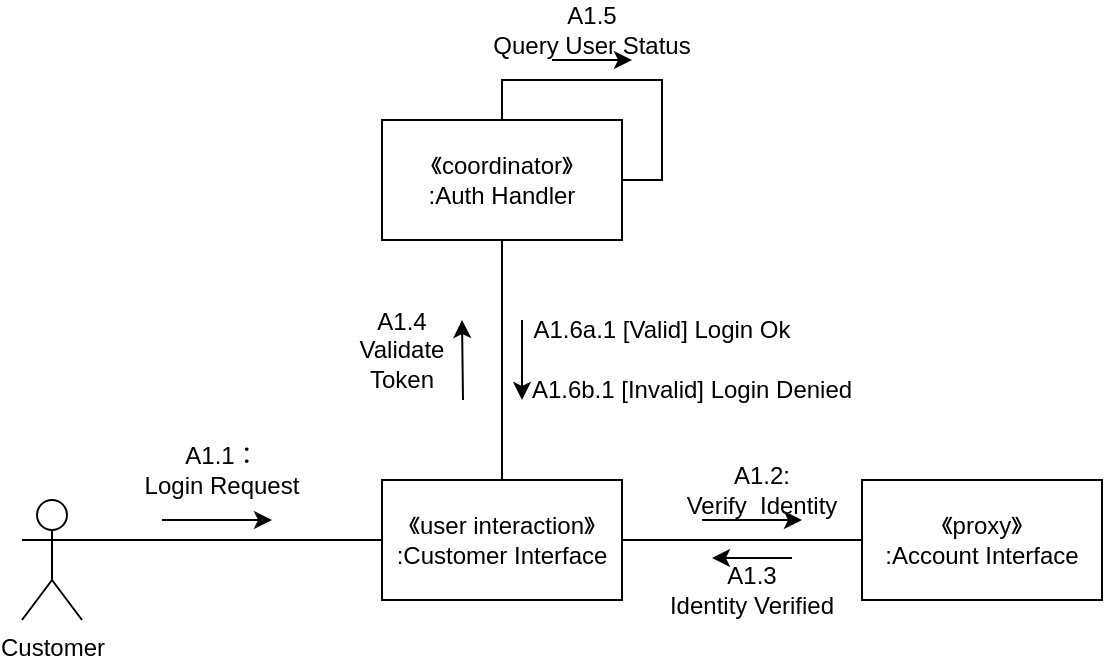
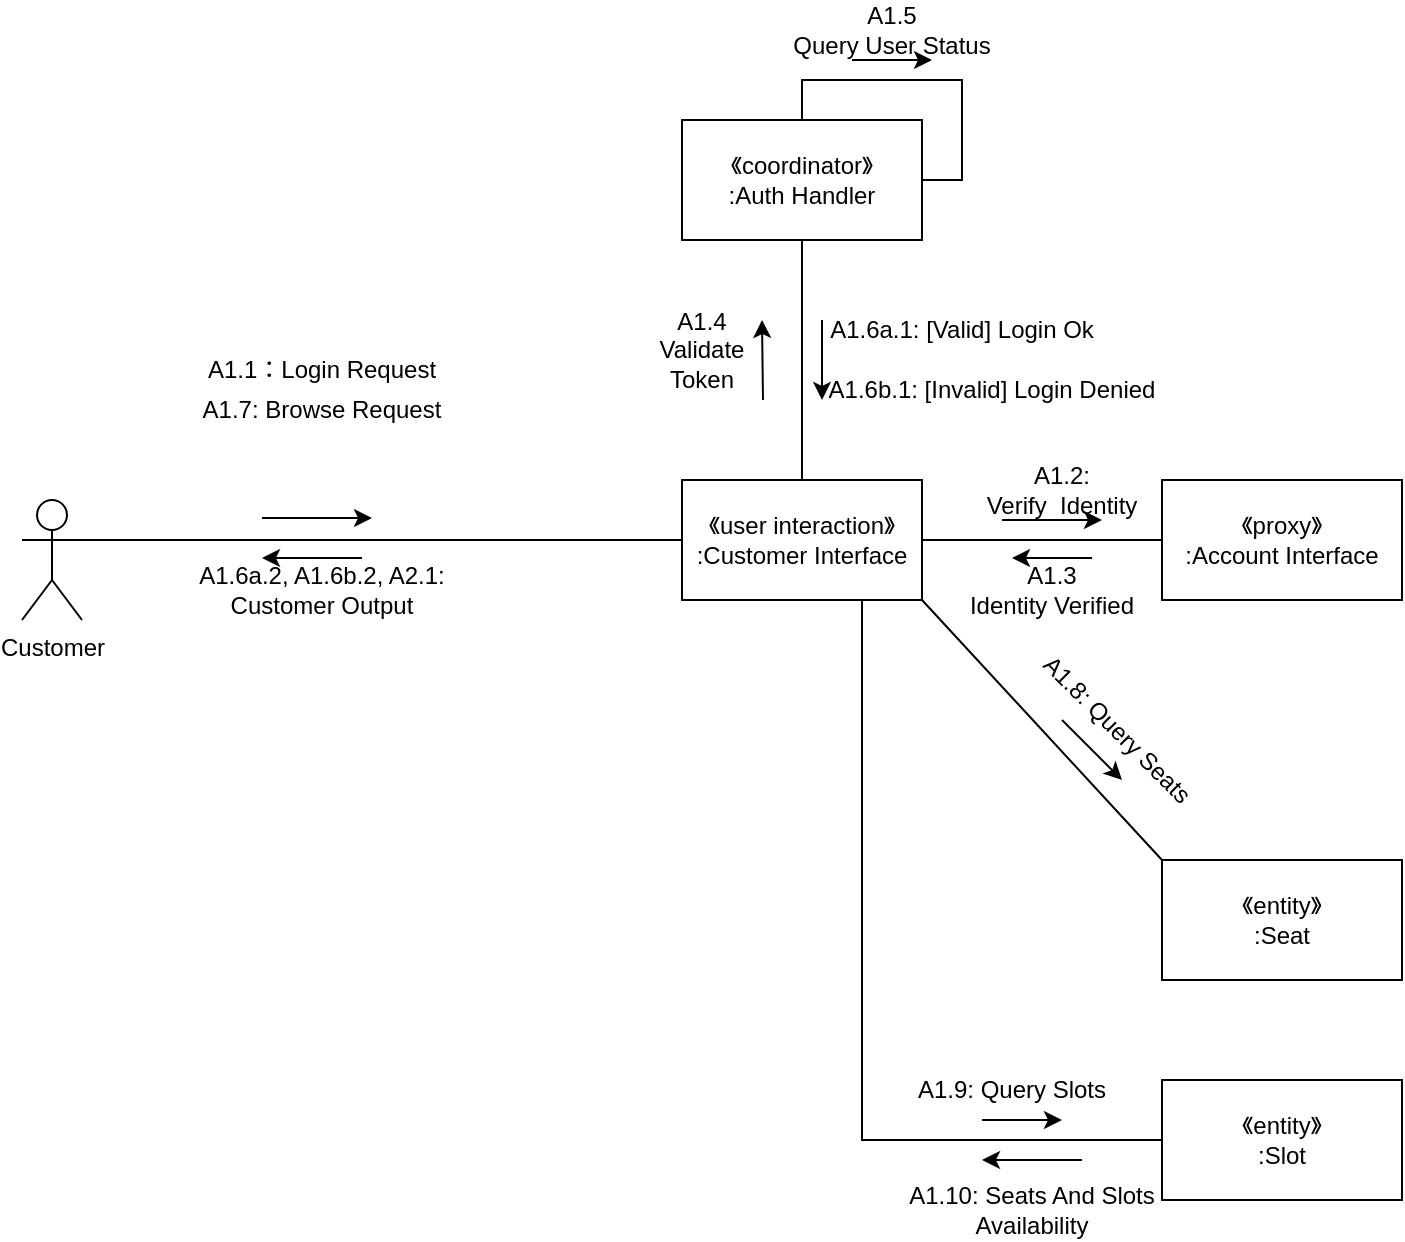
<mxfile host="app.diagrams.net">
  <diagram name="第 1 页" id="0fvnyInT-eeeKDGmK1tf">
-     <mxGraphModel dx="1201" dy="1848" grid="1" gridSize="10" guides="1" tooltips="1" connect="1" arrows="1" fold="1" page="1" pageScale="1" pageWidth="827" pageHeight="1169" math="0" shadow="0">
+     <mxGraphModel dx="2028" dy="1848" grid="1" gridSize="10" guides="1" tooltips="1" connect="1" arrows="1" fold="1" page="1" pageScale="1" pageWidth="827" pageHeight="1169" math="0" shadow="0">
      <root>
        <mxCell id="0" />
        <mxCell id="1" parent="0" />
        <mxCell id="HSB3jEuwdB-3hXmmfwrA-3" edge="1" parent="1" source="HSB3jEuwdB-3hXmmfwrA-1" style="rounded=0;orthogonalLoop=1;jettySize=auto;html=1;exitX=1;exitY=0.3333333333333333;exitDx=0;exitDy=0;exitPerimeter=0;entryX=0;entryY=0.5;entryDx=0;entryDy=0;endArrow=none;endFill=0;" target="HSB3jEuwdB-3hXmmfwrA-2">
          <mxGeometry relative="1" as="geometry" />
        </mxCell>
        <mxCell id="HSB3jEuwdB-3hXmmfwrA-1" parent="1" style="shape=umlActor;verticalLabelPosition=bottom;verticalAlign=top;html=1;outlineConnect=0;" value="Customer" vertex="1">
-           <mxGeometry height="60" width="30" x="140" y="70" as="geometry" />
+           <mxGeometry height="60" width="30" x="-10" y="70" as="geometry" />
        </mxCell>
        <mxCell id="HSB3jEuwdB-3hXmmfwrA-7" edge="1" parent="1" source="HSB3jEuwdB-3hXmmfwrA-2" style="rounded=0;orthogonalLoop=1;jettySize=auto;html=1;exitX=1;exitY=0.5;exitDx=0;exitDy=0;entryX=0;entryY=0.5;entryDx=0;entryDy=0;endArrow=none;endFill=0;" target="HSB3jEuwdB-3hXmmfwrA-6">
          <mxGeometry relative="1" as="geometry" />
        </mxCell>
        <mxCell id="-UTidUUiqGya03k49UKU-4" edge="1" parent="1" source="HSB3jEuwdB-3hXmmfwrA-2" style="rounded=0;orthogonalLoop=1;jettySize=auto;html=1;exitX=0.5;exitY=0;exitDx=0;exitDy=0;entryX=0.5;entryY=1;entryDx=0;entryDy=0;endArrow=none;endFill=0;" target="HSB3jEuwdB-3hXmmfwrA-14">
          <mxGeometry relative="1" as="geometry" />
        </mxCell>
+         <mxCell id="-UTidUUiqGya03k49UKU-11" edge="1" parent="1" source="HSB3jEuwdB-3hXmmfwrA-2" style="rounded=0;orthogonalLoop=1;jettySize=auto;html=1;exitX=1;exitY=1;exitDx=0;exitDy=0;entryX=0;entryY=0;entryDx=0;entryDy=0;endArrow=none;endFill=0;" target="-UTidUUiqGya03k49UKU-10">
+           <mxGeometry relative="1" as="geometry" />
+         </mxCell>
+         <mxCell id="-UTidUUiqGya03k49UKU-16" edge="1" parent="1" source="HSB3jEuwdB-3hXmmfwrA-2" style="rounded=0;orthogonalLoop=1;jettySize=auto;html=1;exitX=0.75;exitY=1;exitDx=0;exitDy=0;entryX=0;entryY=0.5;entryDx=0;entryDy=0;endArrow=none;endFill=0;edgeStyle=orthogonalEdgeStyle;" target="-UTidUUiqGya03k49UKU-15">
+           <mxGeometry relative="1" as="geometry" />
+         </mxCell>
        <mxCell id="HSB3jEuwdB-3hXmmfwrA-2" parent="1" style="rounded=0;whiteSpace=wrap;html=1;" value="&lt;div&gt;《user interaction》&lt;/div&gt;&lt;div&gt;:Customer Interface&lt;/div&gt;" vertex="1">
          <mxGeometry height="60" width="120" x="320" y="60" as="geometry" />
        </mxCell>
-         <mxCell id="HSB3jEuwdB-3hXmmfwrA-4" parent="1" style="text;html=1;whiteSpace=wrap;strokeColor=none;fillColor=none;align=center;verticalAlign=middle;rounded=0;" value="&lt;div&gt;A1.1：&lt;/div&gt;&lt;div&gt;Login Request&lt;/div&gt;" vertex="1">
-           <mxGeometry height="30" width="80" x="200" y="40" as="geometry" />
+         <mxCell id="HSB3jEuwdB-3hXmmfwrA-4" parent="1" style="text;html=1;whiteSpace=wrap;strokeColor=none;fillColor=none;align=center;verticalAlign=middle;rounded=0;" value="&lt;div&gt;A1.1：Login Request&lt;/div&gt;" vertex="1">
+           <mxGeometry height="30" width="130" x="75" y="-10" as="geometry" />
        </mxCell>
        <mxCell id="HSB3jEuwdB-3hXmmfwrA-5" edge="1" parent="1" style="endArrow=classic;html=1;rounded=0;" value="">
          <mxGeometry height="50" relative="1" width="50" as="geometry">
-             <mxPoint x="210" y="80" as="sourcePoint" />
-             <mxPoint x="265" y="80" as="targetPoint" />
+             <mxPoint x="110" y="79" as="sourcePoint" />
+             <mxPoint x="165" y="79" as="targetPoint" />
          </mxGeometry>
        </mxCell>
        <mxCell id="HSB3jEuwdB-3hXmmfwrA-6" parent="1" style="rounded=0;whiteSpace=wrap;html=1;" value="&lt;div&gt;《proxy》&lt;/div&gt;&lt;div&gt;:Account Interface&lt;/div&gt;" vertex="1">
          <mxGeometry height="60" width="120" x="560" y="60" as="geometry" />
        </mxCell>
        <mxCell id="HSB3jEuwdB-3hXmmfwrA-8" edge="1" parent="1" style="endArrow=classic;html=1;rounded=0;" value="">
          <mxGeometry height="50" relative="1" width="50" as="geometry">
            <mxPoint x="480" y="80" as="sourcePoint" />
            <mxPoint x="530" y="80" as="targetPoint" />
          </mxGeometry>
        </mxCell>
        <mxCell id="HSB3jEuwdB-3hXmmfwrA-10" parent="1" style="text;html=1;whiteSpace=wrap;strokeColor=none;fillColor=none;align=center;verticalAlign=middle;rounded=0;" value="&lt;div&gt;A1.2:&lt;/div&gt;&lt;div&gt;Verify&amp;nbsp; Identity&lt;/div&gt;" vertex="1">
          <mxGeometry height="30" width="120" x="450" y="50" as="geometry" />
        </mxCell>
        <mxCell id="HSB3jEuwdB-3hXmmfwrA-11" parent="1" style="text;html=1;whiteSpace=wrap;strokeColor=none;fillColor=none;align=center;verticalAlign=middle;rounded=0;" value="&lt;div&gt;A1.3&lt;/div&gt;&lt;div&gt;Identity Verified&lt;/div&gt;" vertex="1">
          <mxGeometry height="30" width="110" x="450" y="100" as="geometry" />
        </mxCell>
        <mxCell id="HSB3jEuwdB-3hXmmfwrA-13" edge="1" parent="1" style="endArrow=classic;html=1;rounded=0;" value="">
          <mxGeometry height="50" relative="1" width="50" as="geometry">
            <mxPoint x="525" y="99" as="sourcePoint" />
            <mxPoint x="485" y="99" as="targetPoint" />
          </mxGeometry>
        </mxCell>
        <mxCell id="HSB3jEuwdB-3hXmmfwrA-14" parent="1" style="rounded=0;whiteSpace=wrap;html=1;" value="&lt;div&gt;《coordinator》&lt;/div&gt;&lt;div&gt;:Auth Handler&lt;/div&gt;" vertex="1">
          <mxGeometry height="60" width="120" x="320" y="-120" as="geometry" />
        </mxCell>
        <mxCell id="HSB3jEuwdB-3hXmmfwrA-16" parent="1" style="text;html=1;whiteSpace=wrap;strokeColor=none;fillColor=none;align=center;verticalAlign=middle;rounded=0;" value="&lt;div&gt;A1.4&lt;/div&gt;&lt;div&gt;Validate Token&lt;/div&gt;" vertex="1">
          <mxGeometry height="30" width="60" x="300" y="-20" as="geometry" />
        </mxCell>
        <mxCell id="HSB3jEuwdB-3hXmmfwrA-17" edge="1" parent="1" style="endArrow=classic;html=1;rounded=0;" value="">
          <mxGeometry height="50" relative="1" width="50" as="geometry">
            <mxPoint x="360.5" y="20" as="sourcePoint" />
            <mxPoint x="360" y="-20" as="targetPoint" />
          </mxGeometry>
        </mxCell>
        <mxCell id="HSB3jEuwdB-3hXmmfwrA-18" edge="1" parent="1" source="HSB3jEuwdB-3hXmmfwrA-14" style="rounded=0;orthogonalLoop=1;jettySize=auto;html=1;exitX=0.5;exitY=0;exitDx=0;exitDy=0;entryX=1;entryY=0.5;entryDx=0;entryDy=0;edgeStyle=orthogonalEdgeStyle;endArrow=none;endFill=0;" target="HSB3jEuwdB-3hXmmfwrA-14">
          <mxGeometry relative="1" as="geometry" />
        </mxCell>
        <mxCell id="HSB3jEuwdB-3hXmmfwrA-19" parent="1" style="text;html=1;whiteSpace=wrap;strokeColor=none;fillColor=none;align=center;verticalAlign=middle;rounded=0;" value="&lt;div&gt;A1.5&lt;/div&gt;&lt;div&gt;Query User Status&lt;/div&gt;" vertex="1">
          <mxGeometry height="30" width="150" x="350" y="-180" as="geometry" />
        </mxCell>
        <mxCell id="HSB3jEuwdB-3hXmmfwrA-20" edge="1" parent="1" style="endArrow=classic;html=1;rounded=0;" value="">
          <mxGeometry height="50" relative="1" width="50" as="geometry">
            <mxPoint x="405" y="-150" as="sourcePoint" />
            <mxPoint x="445" y="-150" as="targetPoint" />
          </mxGeometry>
        </mxCell>
-         <mxCell id="-UTidUUiqGya03k49UKU-1" parent="1" style="text;html=1;whiteSpace=wrap;strokeColor=none;fillColor=none;align=center;verticalAlign=middle;rounded=0;rotation=0;" value="&lt;div&gt;A1.6a.1 [Valid] Login Ok&lt;/div&gt;" vertex="1">
+         <mxCell id="-UTidUUiqGya03k49UKU-1" parent="1" style="text;html=1;whiteSpace=wrap;strokeColor=none;fillColor=none;align=center;verticalAlign=middle;rounded=0;rotation=0;" value="&lt;div&gt;A1.6a.1: [Valid] Login Ok&lt;/div&gt;" vertex="1">
          <mxGeometry height="30" width="140" x="390" y="-30" as="geometry" />
        </mxCell>
-         <mxCell id="-UTidUUiqGya03k49UKU-2" parent="1" style="text;html=1;whiteSpace=wrap;strokeColor=none;fillColor=none;align=center;verticalAlign=middle;rounded=0;rotation=0;" value="A1.6b.1 [Invalid] Login Denied" vertex="1">
+         <mxCell id="-UTidUUiqGya03k49UKU-2" parent="1" style="text;html=1;whiteSpace=wrap;strokeColor=none;fillColor=none;align=center;verticalAlign=middle;rounded=0;rotation=0;" value="A1.6b.1: [Invalid] Login Denied" vertex="1">
          <mxGeometry height="30" width="190" x="380" as="geometry" />
        </mxCell>
        <mxCell id="-UTidUUiqGya03k49UKU-5" edge="1" parent="1" style="endArrow=classic;html=1;rounded=0;" value="">
          <mxGeometry height="50" relative="1" width="50" as="geometry">
            <mxPoint x="390" y="-20" as="sourcePoint" />
            <mxPoint x="390" y="20" as="targetPoint" />
          </mxGeometry>
        </mxCell>
+         <mxCell id="-UTidUUiqGya03k49UKU-7" parent="1" style="text;html=1;whiteSpace=wrap;strokeColor=none;fillColor=none;align=center;verticalAlign=middle;rounded=0;" value="&lt;div&gt;A1.6a.2, A1.6b.2, A2.1:&lt;/div&gt;&lt;div&gt;Customer Output&lt;/div&gt;" vertex="1">
+           <mxGeometry height="30" width="220" x="30" y="100" as="geometry" />
+         </mxCell>
+         <mxCell id="-UTidUUiqGya03k49UKU-8" edge="1" parent="1" style="endArrow=classic;html=1;rounded=0;" value="">
+           <mxGeometry height="50" relative="1" width="50" as="geometry">
+             <mxPoint x="160" y="99" as="sourcePoint" />
+             <mxPoint x="110" y="99" as="targetPoint" />
+           </mxGeometry>
+         </mxCell>
+         <mxCell id="-UTidUUiqGya03k49UKU-9" parent="1" style="text;html=1;whiteSpace=wrap;strokeColor=none;fillColor=none;align=center;verticalAlign=middle;rounded=0;" value="A1.7: Browse Request" vertex="1">
+           <mxGeometry height="30" width="260" x="10" y="10" as="geometry" />
+         </mxCell>
+         <mxCell id="-UTidUUiqGya03k49UKU-10" parent="1" style="rounded=0;whiteSpace=wrap;html=1;" value="&lt;div&gt;《entity》&lt;/div&gt;&lt;div&gt;:Seat&lt;/div&gt;" vertex="1">
+           <mxGeometry height="60" width="120" x="560" y="250" as="geometry" />
+         </mxCell>
+         <mxCell id="-UTidUUiqGya03k49UKU-12" parent="1" style="text;html=1;whiteSpace=wrap;strokeColor=none;fillColor=none;align=center;verticalAlign=middle;rounded=0;rotation=45;" value="A1.8: Query Seats" vertex="1">
+           <mxGeometry height="30" width="215" x="430" y="170" as="geometry" />
+         </mxCell>
+         <mxCell id="-UTidUUiqGya03k49UKU-14" edge="1" parent="1" style="endArrow=classic;html=1;rounded=0;" value="">
+           <mxGeometry height="50" relative="1" width="50" as="geometry">
+             <mxPoint x="510" y="180" as="sourcePoint" />
+             <mxPoint x="540" y="210" as="targetPoint" />
+           </mxGeometry>
+         </mxCell>
+         <mxCell id="-UTidUUiqGya03k49UKU-15" parent="1" style="rounded=0;whiteSpace=wrap;html=1;" value="&lt;div&gt;《entity》&lt;/div&gt;&lt;div&gt;:Slot&lt;/div&gt;" vertex="1">
+           <mxGeometry height="60" width="120" x="560" y="360" as="geometry" />
+         </mxCell>
+         <mxCell id="-UTidUUiqGya03k49UKU-18" parent="1" style="text;html=1;whiteSpace=wrap;strokeColor=none;fillColor=none;align=center;verticalAlign=middle;rounded=0;" value="A1.9: Query Slots" vertex="1">
+           <mxGeometry height="30" width="150" x="410" y="350" as="geometry" />
+         </mxCell>
+         <mxCell id="-UTidUUiqGya03k49UKU-19" edge="1" parent="1" style="endArrow=classic;html=1;rounded=0;" value="">
+           <mxGeometry height="50" relative="1" width="50" as="geometry">
+             <mxPoint x="470" y="380" as="sourcePoint" />
+             <mxPoint x="510" y="380" as="targetPoint" />
+           </mxGeometry>
+         </mxCell>
+         <mxCell id="-UTidUUiqGya03k49UKU-20" parent="1" style="text;html=1;whiteSpace=wrap;strokeColor=none;fillColor=none;align=center;verticalAlign=middle;rounded=0;" value="A1.10: Seats And Slots Availability" vertex="1">
+           <mxGeometry height="30" width="150" x="420" y="410" as="geometry" />
+         </mxCell>
+         <mxCell id="-UTidUUiqGya03k49UKU-21" edge="1" parent="1" style="endArrow=classic;html=1;rounded=0;" value="">
+           <mxGeometry height="50" relative="1" width="50" as="geometry">
+             <mxPoint x="520" y="400" as="sourcePoint" />
+             <mxPoint x="470" y="400" as="targetPoint" />
+           </mxGeometry>
+         </mxCell>
      </root>
    </mxGraphModel>
  </diagram>
</mxfile>
